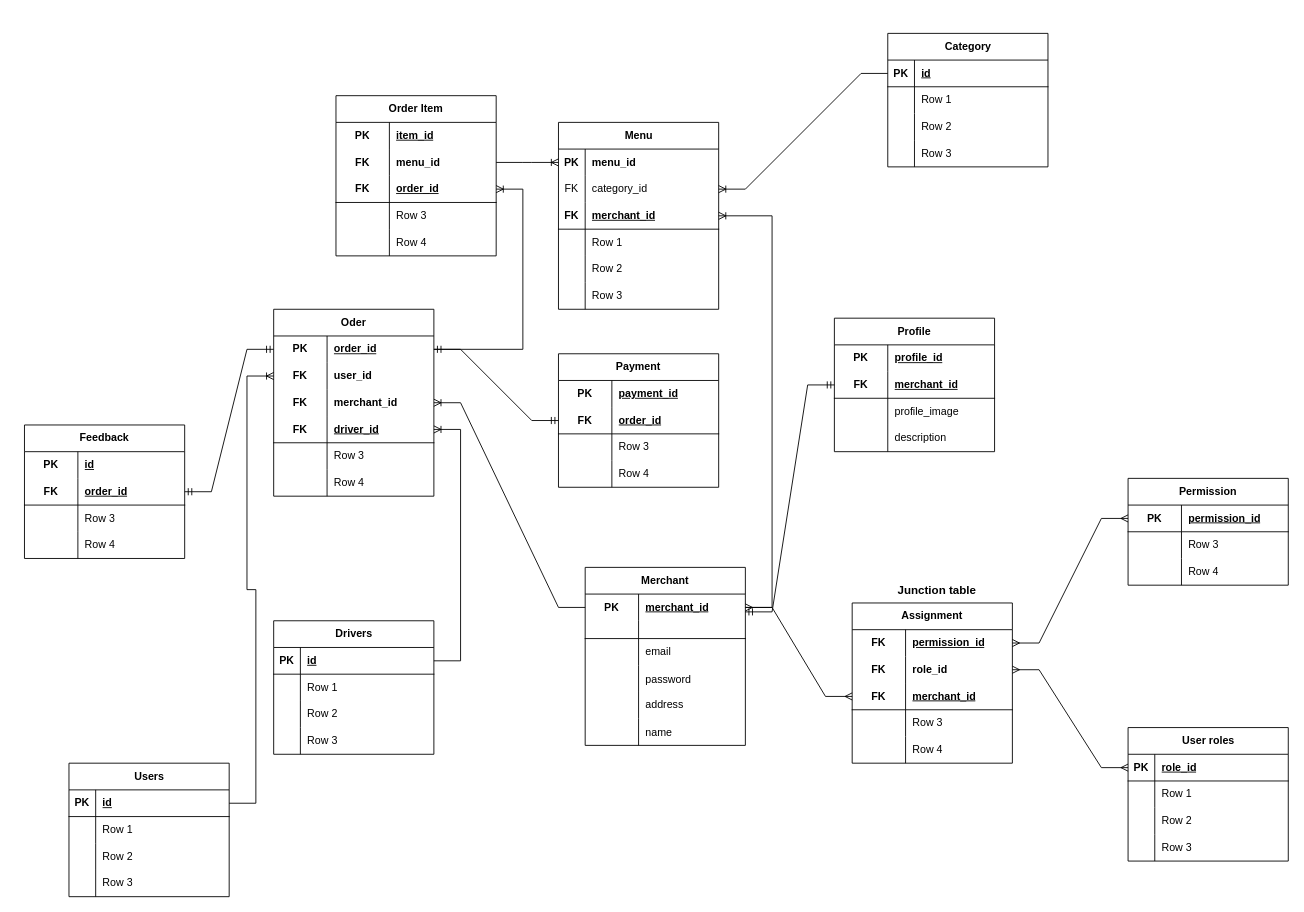
This is server/src/diagram/Untitled Diagram.drawio from Henri280100/My-Order-App, a draw.io file, before an edit. Source tidied: cells renumbered, new cells numbered last; positions are measured from the earlier drawing's top-left corner, leaving out a move shared by most shapes. Both pictures are drawn from the tidied source at 89%, with x=0, y=0 at pixel (24, -56).
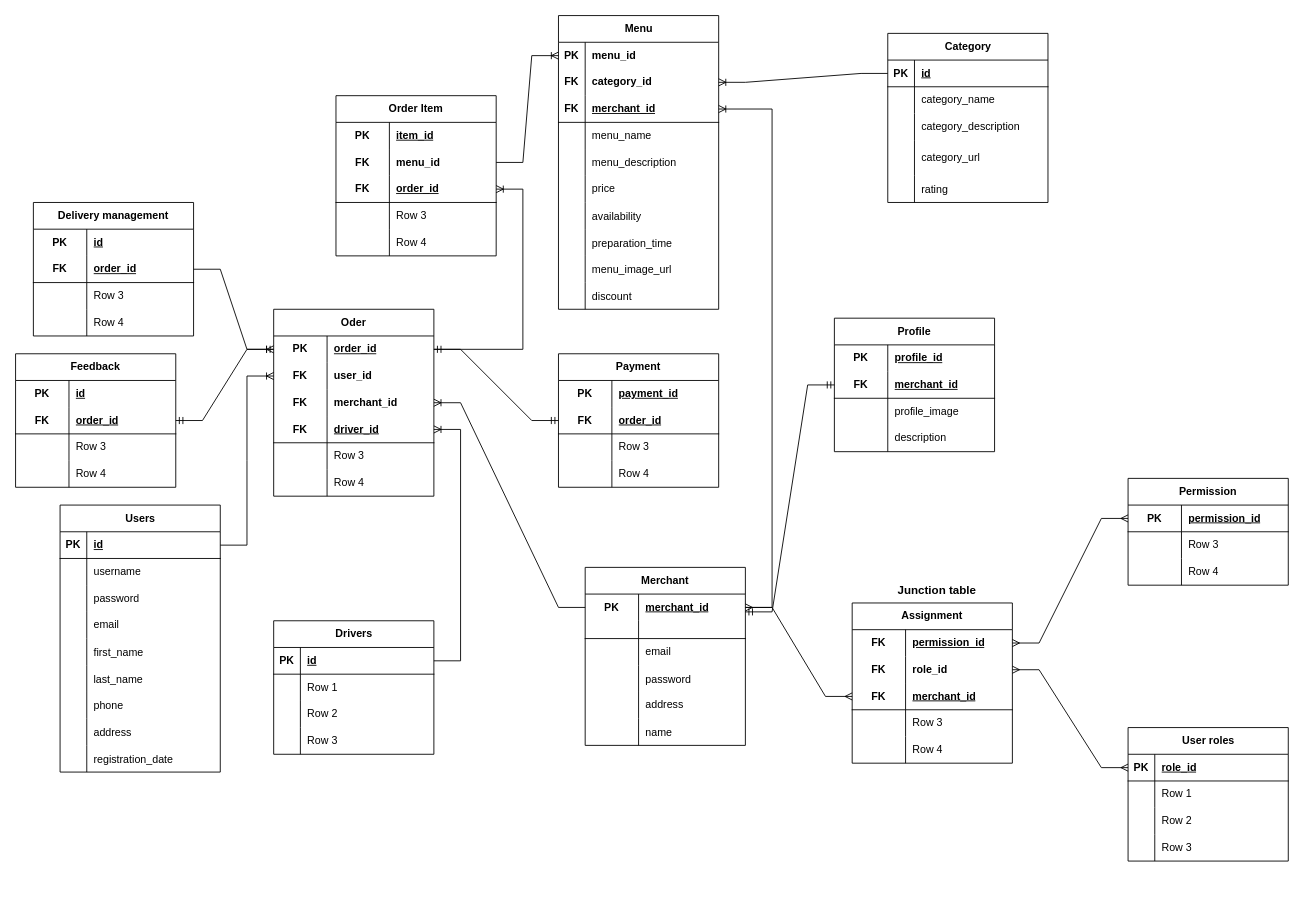
After the change.

Unchanged cells that the change refers to:
```xml
<mxCell id="25" style="shape=tableRow;horizontal=0;startSize=0;swimlaneHead=0;swimlaneBody=0;fillColor=none;points=[[0,0.5],[1,0.5]];portConstraint=eastwest;top=0;left=0;right=0;bottom=0;" parent="21" vertex="1">
  <mxGeometry y="60" width="180" height="30" as="geometry" />
</mxCell>
<mxCell id="31" style="shape=tableRow;horizontal=0;startSize=0;swimlaneHead=0;swimlaneBody=0;fillColor=none;top=0;left=0;right=0;bottom=0;" parent="21" vertex="1">
  <mxGeometry y="120" width="180" height="30" as="geometry" />
</mxCell>
<mxCell id="34" style="shape=tableRow;horizontal=0;startSize=0;swimlaneHead=0;swimlaneBody=0;fillColor=none;top=0;left=0;right=0;bottom=0;" parent="21" vertex="1">
  <mxGeometry y="150" width="180" height="30" as="geometry" />
</mxCell>
<mxCell id="37" style="shape=tableRow;horizontal=0;startSize=0;swimlaneHead=0;swimlaneBody=0;fillColor=none;top=0;left=0;right=0;bottom=0;" parent="21" vertex="1">
  <mxGeometry y="180" width="180" height="30" as="geometry" />
</mxCell>
<mxCell id="72" style="shape=tableRow;horizontal=0;startSize=0;swimlaneHead=0;swimlaneBody=0;fillColor=none;points=[[0,0.5],[1,0.5]];portConstraint=eastwest;top=0;left=0;right=0;bottom=0;html=1;" parent="71" vertex="1">
  <mxGeometry y="30" width="180" height="30" as="geometry" />
</mxCell>
<mxCell id="97" style="shape=tableRow;horizontal=0;startSize=0;swimlaneHead=0;swimlaneBody=0;fillColor=none;top=0;left=0;right=0;bottom=0;" parent="93" vertex="1">
  <mxGeometry y="60" width="180" height="30" as="geometry" />
</mxCell>
<mxCell id="100" style="shape=tableRow;horizontal=0;startSize=0;swimlaneHead=0;swimlaneBody=0;fillColor=none;top=0;left=0;right=0;bottom=0;" parent="93" vertex="1">
  <mxGeometry y="90" width="180" height="30" as="geometry" />
</mxCell>
<mxCell id="111" style="shape=tableRow;horizontal=0;startSize=0;swimlaneHead=0;swimlaneBody=0;fillColor=none;top=0;left=0;right=0;bottom=0;" parent="107" vertex="1">
  <mxGeometry y="60" width="180" height="30" as="geometry" />
</mxCell>
<mxCell id="114" style="shape=tableRow;horizontal=0;startSize=0;swimlaneHead=0;swimlaneBody=0;fillColor=none;top=0;left=0;right=0;bottom=0;" parent="107" vertex="1">
  <mxGeometry y="90" width="180" height="30" as="geometry" />
</mxCell>
<mxCell id="117" style="shape=tableRow;horizontal=0;startSize=0;swimlaneHead=0;swimlaneBody=0;fillColor=none;top=0;left=0;right=0;bottom=0;" parent="107" vertex="1">
  <mxGeometry y="120" width="180" height="30" as="geometry" />
</mxCell>
```

Change to the diagram source:
```diff
@@
     <mxCell id="21" value="Menu" style="shape=table;startSize=30;childLayout=tableLayout;rowLines=0;fontStyle=1;align=center;html=1;" parent="1" vertex="1">
-      <mxGeometry x="600" y="200" width="180" height="210" as="geometry" />
+      <mxGeometry x="600" y="80" width="180" height="330" as="geometry" />
     </mxCell>
@@
-    <mxCell id="26" value="FK" style="shape=partialRectangle;fillColor=none;top=0;left=0;bottom=0;right=0;fontStyle=0;overflow=hidden;whiteSpace=wrap;html=1;" parent="25" vertex="1">
+    <mxCell id="26" value="FK" style="shape=partialRectangle;fillColor=none;top=0;left=0;bottom=0;right=0;fontStyle=1;overflow=hidden;whiteSpace=wrap;html=1;" parent="25" vertex="1">
       <mxGeometry width="30" height="30" as="geometry" />
     </mxCell>
-    <mxCell id="27" value="category_id" style="shape=partialRectangle;fillColor=none;top=0;left=0;bottom=0;right=0;align=left;spacingLeft=6;fontStyle=0;overflow=hidden;whiteSpace=wrap;html=1;" parent="25" vertex="1">
+    <mxCell id="27" value="category_id" style="shape=partialRectangle;fillColor=none;top=0;left=0;bottom=0;right=0;align=left;spacingLeft=6;fontStyle=1;overflow=hidden;whiteSpace=wrap;html=1;" parent="25" vertex="1">
       <mxGeometry x="30" width="150" height="30" as="geometry" />
     </mxCell>
@@
-    <mxCell id="33" value="Row 1" style="shape=partialRectangle;fillColor=none;top=0;left=0;bottom=0;right=0;align=left;spacingLeft=6;overflow=hidden;whiteSpace=wrap;html=1;" parent="31" vertex="1">
+    <mxCell id="33" value="menu_name" style="shape=partialRectangle;fillColor=none;top=0;left=0;bottom=0;right=0;align=left;spacingLeft=6;overflow=hidden;whiteSpace=wrap;html=1;" parent="31" vertex="1">
       <mxGeometry x="30" width="150" height="30" as="geometry" />
     </mxCell>
@@
-    <mxCell id="36" value="Row 2" style="shape=partialRectangle;fillColor=none;top=0;left=0;bottom=0;right=0;align=left;spacingLeft=6;overflow=hidden;whiteSpace=wrap;html=1;" parent="34" vertex="1">
+    <mxCell id="36" value="menu_description" style="shape=partialRectangle;fillColor=none;top=0;left=0;bottom=0;right=0;align=left;spacingLeft=6;overflow=hidden;whiteSpace=wrap;html=1;" parent="34" vertex="1">
       <mxGeometry x="30" width="150" height="30" as="geometry" />
     </mxCell>
@@
-    <mxCell id="39" value="Row 3" style="shape=partialRectangle;fillColor=none;top=0;left=0;bottom=0;right=0;align=left;spacingLeft=6;overflow=hidden;whiteSpace=wrap;html=1;" parent="37" vertex="1">
+    <mxCell id="39" value="price" style="shape=partialRectangle;fillColor=none;top=0;left=0;bottom=0;right=0;align=left;spacingLeft=6;overflow=hidden;whiteSpace=wrap;html=1;" parent="37" vertex="1">
       <mxGeometry x="30" width="150" height="30" as="geometry" />
     </mxCell>
+    <mxCell id="206" style="shape=tableRow;horizontal=0;startSize=0;swimlaneHead=0;swimlaneBody=0;fillColor=none;top=0;left=0;right=0;bottom=0;" parent="21" vertex="1">
+      <mxGeometry y="210" width="180" height="30" as="geometry" />
+    </mxCell>
+    <mxCell id="207" style="shape=partialRectangle;fillColor=none;top=0;left=0;bottom=0;right=0;overflow=hidden;" parent="206" vertex="1">
+      <mxGeometry width="30" height="30" as="geometry" />
+    </mxCell>
+    <mxCell id="208" value="availability" style="shape=partialRectangle;fillColor=none;top=0;left=0;bottom=0;right=0;align=left;spacingLeft=6;overflow=hidden;" parent="206" vertex="1">
+      <mxGeometry x="30" width="150" height="30" as="geometry" />
+    </mxCell>
+    <mxCell id="209" style="shape=tableRow;horizontal=0;startSize=0;swimlaneHead=0;swimlaneBody=0;fillColor=none;top=0;left=0;right=0;bottom=0;" parent="21" vertex="1">
+      <mxGeometry y="240" width="180" height="30" as="geometry" />
+    </mxCell>
+    <mxCell id="210" style="shape=partialRectangle;fillColor=none;top=0;left=0;bottom=0;right=0;overflow=hidden;" parent="209" vertex="1">
+      <mxGeometry width="30" height="30" as="geometry" />
+    </mxCell>
+    <mxCell id="211" value="preparation_time" style="shape=partialRectangle;fillColor=none;top=0;left=0;bottom=0;right=0;align=left;spacingLeft=6;overflow=hidden;" parent="209" vertex="1">
+      <mxGeometry x="30" width="150" height="30" as="geometry" />
+    </mxCell>
+    <mxCell id="212" style="shape=tableRow;horizontal=0;startSize=0;swimlaneHead=0;swimlaneBody=0;fillColor=none;top=0;left=0;right=0;bottom=0;" parent="21" vertex="1">
+      <mxGeometry y="270" width="180" height="30" as="geometry" />
+    </mxCell>
+    <mxCell id="213" style="shape=partialRectangle;fillColor=none;top=0;left=0;bottom=0;right=0;overflow=hidden;" parent="212" vertex="1">
+      <mxGeometry width="30" height="30" as="geometry" />
+    </mxCell>
+    <mxCell id="214" value="menu_image_url" style="shape=partialRectangle;fillColor=none;top=0;left=0;bottom=0;right=0;align=left;spacingLeft=6;overflow=hidden;" parent="212" vertex="1">
+      <mxGeometry x="30" width="150" height="30" as="geometry" />
+    </mxCell>
+    <mxCell id="215" style="shape=tableRow;horizontal=0;startSize=0;swimlaneHead=0;swimlaneBody=0;fillColor=none;top=0;left=0;right=0;bottom=0;" parent="21" vertex="1">
+      <mxGeometry y="300" width="180" height="30" as="geometry" />
+    </mxCell>
+    <mxCell id="216" style="shape=partialRectangle;fillColor=none;top=0;left=0;bottom=0;right=0;overflow=hidden;" parent="215" vertex="1">
+      <mxGeometry width="30" height="30" as="geometry" />
+    </mxCell>
+    <mxCell id="217" value="discount" style="shape=partialRectangle;fillColor=none;top=0;left=0;bottom=0;right=0;align=left;spacingLeft=6;overflow=hidden;" parent="215" vertex="1">
+      <mxGeometry x="30" width="150" height="30" as="geometry" />
+    </mxCell>
@@
     <mxCell id="93" value="Category" style="shape=table;startSize=30;childLayout=tableLayout;rowLines=0;fontStyle=1;align=center;html=1;" parent="1" vertex="1">
-      <mxGeometry x="970" y="100" width="180" height="150" as="geometry" />
+      <mxGeometry x="970" y="100" width="180" height="190" as="geometry" />
     </mxCell>
@@
-    <mxCell id="99" value="Row 1" style="shape=partialRectangle;fillColor=none;top=0;left=0;bottom=0;right=0;align=left;spacingLeft=6;overflow=hidden;whiteSpace=wrap;html=1;" parent="97" vertex="1">
+    <mxCell id="99" value="category_name" style="shape=partialRectangle;fillColor=none;top=0;left=0;bottom=0;right=0;align=left;spacingLeft=6;overflow=hidden;whiteSpace=wrap;html=1;" parent="97" vertex="1">
       <mxGeometry x="30" width="150" height="30" as="geometry" />
     </mxCell>
@@
-    <mxCell id="102" value="Row 2" style="shape=partialRectangle;fillColor=none;top=0;left=0;bottom=0;right=0;align=left;spacingLeft=6;overflow=hidden;whiteSpace=wrap;html=1;" parent="100" vertex="1">
+    <mxCell id="102" value="category_description" style="shape=partialRectangle;fillColor=none;top=0;left=0;bottom=0;right=0;align=left;spacingLeft=6;overflow=hidden;whiteSpace=wrap;html=1;" parent="100" vertex="1">
       <mxGeometry x="30" width="150" height="30" as="geometry" />
     </mxCell>
     <mxCell id="103" style="shape=tableRow;horizontal=0;startSize=0;swimlaneHead=0;swimlaneBody=0;fillColor=none;top=0;left=0;right=0;bottom=0;" parent="93" vertex="1">
-      <mxGeometry y="120" width="180" height="30" as="geometry" />
+      <mxGeometry y="120" width="180" height="40" as="geometry" />
     </mxCell>
     <mxCell id="104" style="shape=partialRectangle;fillColor=none;top=0;left=0;bottom=0;right=0;overflow=hidden;whiteSpace=wrap;html=1;" parent="103" vertex="1">
-      <mxGeometry width="30" height="30" as="geometry" />
+      <mxGeometry width="30" height="40" as="geometry" />
     </mxCell>
-    <mxCell id="105" value="Row 3" style="shape=partialRectangle;fillColor=none;top=0;left=0;bottom=0;right=0;align=left;spacingLeft=6;overflow=hidden;whiteSpace=wrap;html=1;" parent="103" vertex="1">
-      <mxGeometry x="30" width="150" height="30" as="geometry" />
+    <mxCell id="105" value="category_url" style="shape=partialRectangle;fillColor=none;top=0;left=0;bottom=0;right=0;align=left;spacingLeft=6;overflow=hidden;whiteSpace=wrap;html=1;" parent="103" vertex="1">
+      <mxGeometry x="30" width="150" height="40" as="geometry" />
     </mxCell>
+    <mxCell id="218" style="shape=tableRow;horizontal=0;startSize=0;swimlaneHead=0;swimlaneBody=0;fillColor=none;top=0;left=0;right=0;bottom=0;" parent="93" vertex="1">
+      <mxGeometry y="160" width="180" height="30" as="geometry" />
+    </mxCell>
+    <mxCell id="219" style="shape=partialRectangle;fillColor=none;top=0;left=0;bottom=0;right=0;overflow=hidden;" parent="218" vertex="1">
+      <mxGeometry width="30" height="30" as="geometry" />
+    </mxCell>
+    <mxCell id="220" value="rating" style="shape=partialRectangle;fillColor=none;top=0;left=0;bottom=0;right=0;align=left;spacingLeft=6;overflow=hidden;" parent="218" vertex="1">
+      <mxGeometry x="30" width="150" height="30" as="geometry" />
+    </mxCell>
@@
     <mxCell id="107" value="Users" style="shape=table;startSize=30;childLayout=tableLayout;rowLines=0;fontStyle=1;align=center;html=1;" parent="1" vertex="1">
-      <mxGeometry x="50" y="920" width="180" height="150" as="geometry" />
+      <mxGeometry x="40" y="630" width="180" height="300" as="geometry" />
     </mxCell>
@@
-    <mxCell id="113" value="Row 1" style="shape=partialRectangle;fillColor=none;top=0;left=0;bottom=0;right=0;align=left;spacingLeft=6;overflow=hidden;whiteSpace=wrap;html=1;" parent="111" vertex="1">
+    <mxCell id="113" value="username" style="shape=partialRectangle;fillColor=none;top=0;left=0;bottom=0;right=0;align=left;spacingLeft=6;overflow=hidden;whiteSpace=wrap;html=1;" parent="111" vertex="1">
       <mxGeometry x="30" width="150" height="30" as="geometry" />
     </mxCell>
@@
-    <mxCell id="116" value="Row 2" style="shape=partialRectangle;fillColor=none;top=0;left=0;bottom=0;right=0;align=left;spacingLeft=6;overflow=hidden;whiteSpace=wrap;html=1;" parent="114" vertex="1">
+    <mxCell id="116" value="password" style="shape=partialRectangle;fillColor=none;top=0;left=0;bottom=0;right=0;align=left;spacingLeft=6;overflow=hidden;whiteSpace=wrap;html=1;" parent="114" vertex="1">
       <mxGeometry x="30" width="150" height="30" as="geometry" />
     </mxCell>
@@
-    <mxCell id="119" value="Row 3" style="shape=partialRectangle;fillColor=none;top=0;left=0;bottom=0;right=0;align=left;spacingLeft=6;overflow=hidden;whiteSpace=wrap;html=1;" parent="117" vertex="1">
+    <mxCell id="119" value="email" style="shape=partialRectangle;fillColor=none;top=0;left=0;bottom=0;right=0;align=left;spacingLeft=6;overflow=hidden;whiteSpace=wrap;html=1;" parent="117" vertex="1">
       <mxGeometry x="30" width="150" height="30" as="geometry" />
     </mxCell>
+    <mxCell id="221" style="shape=tableRow;horizontal=0;startSize=0;swimlaneHead=0;swimlaneBody=0;fillColor=none;top=0;left=0;right=0;bottom=0;" parent="107" vertex="1">
+      <mxGeometry y="150" width="180" height="30" as="geometry" />
+    </mxCell>
+    <mxCell id="222" style="shape=partialRectangle;fillColor=none;top=0;left=0;bottom=0;right=0;overflow=hidden;" parent="221" vertex="1">
+      <mxGeometry width="30" height="30" as="geometry" />
+    </mxCell>
+    <mxCell id="223" value="first_name    " style="shape=partialRectangle;fillColor=none;top=0;left=0;bottom=0;right=0;align=left;spacingLeft=6;overflow=hidden;" parent="221" vertex="1">
+      <mxGeometry x="30" width="150" height="30" as="geometry" />
+    </mxCell>
+    <mxCell id="224" style="shape=tableRow;horizontal=0;startSize=0;swimlaneHead=0;swimlaneBody=0;fillColor=none;top=0;left=0;right=0;bottom=0;" parent="107" vertex="1">
+      <mxGeometry y="180" width="180" height="30" as="geometry" />
+    </mxCell>
+    <mxCell id="225" style="shape=partialRectangle;fillColor=none;top=0;left=0;bottom=0;right=0;overflow=hidden;" parent="224" vertex="1">
+      <mxGeometry width="30" height="30" as="geometry" />
+    </mxCell>
+    <mxCell id="226" value="last_name" style="shape=partialRectangle;fillColor=none;top=0;left=0;bottom=0;right=0;align=left;spacingLeft=6;overflow=hidden;" parent="224" vertex="1">
+      <mxGeometry x="30" width="150" height="30" as="geometry" />
+    </mxCell>
+    <mxCell id="227" style="shape=tableRow;horizontal=0;startSize=0;swimlaneHead=0;swimlaneBody=0;fillColor=none;top=0;left=0;right=0;bottom=0;" parent="107" vertex="1">
+      <mxGeometry y="210" width="180" height="30" as="geometry" />
+    </mxCell>
+    <mxCell id="228" style="shape=partialRectangle;fillColor=none;top=0;left=0;bottom=0;right=0;overflow=hidden;" parent="227" vertex="1">
+      <mxGeometry width="30" height="30" as="geometry" />
+    </mxCell>
+    <mxCell id="229" value="phone" style="shape=partialRectangle;fillColor=none;top=0;left=0;bottom=0;right=0;align=left;spacingLeft=6;overflow=hidden;" parent="227" vertex="1">
+      <mxGeometry x="30" width="150" height="30" as="geometry" />
+    </mxCell>
+    <mxCell id="230" style="shape=tableRow;horizontal=0;startSize=0;swimlaneHead=0;swimlaneBody=0;fillColor=none;top=0;left=0;right=0;bottom=0;" parent="107" vertex="1">
+      <mxGeometry y="240" width="180" height="30" as="geometry" />
+    </mxCell>
+    <mxCell id="231" style="shape=partialRectangle;fillColor=none;top=0;left=0;bottom=0;right=0;overflow=hidden;" parent="230" vertex="1">
+      <mxGeometry width="30" height="30" as="geometry" />
+    </mxCell>
+    <mxCell id="232" value="address" style="shape=partialRectangle;fillColor=none;top=0;left=0;bottom=0;right=0;align=left;spacingLeft=6;overflow=hidden;" parent="230" vertex="1">
+      <mxGeometry x="30" width="150" height="30" as="geometry" />
+    </mxCell>
+    <mxCell id="233" style="shape=tableRow;horizontal=0;startSize=0;swimlaneHead=0;swimlaneBody=0;fillColor=none;top=0;left=0;right=0;bottom=0;" parent="107" vertex="1">
+      <mxGeometry y="270" width="180" height="30" as="geometry" />
+    </mxCell>
+    <mxCell id="234" style="shape=partialRectangle;fillColor=none;top=0;left=0;bottom=0;right=0;overflow=hidden;" parent="233" vertex="1">
+      <mxGeometry width="30" height="30" as="geometry" />
+    </mxCell>
+    <mxCell id="235" value="registration_date" style="shape=partialRectangle;fillColor=none;top=0;left=0;bottom=0;right=0;align=left;spacingLeft=6;overflow=hidden;" parent="233" vertex="1">
+      <mxGeometry x="30" width="150" height="30" as="geometry" />
+    </mxCell>
@@
     <mxCell id="135" value="Feedback" style="shape=table;startSize=30;childLayout=tableLayout;rowLines=0;fontStyle=1;align=center;html=1;whiteSpace=wrap;" parent="1" vertex="1">
-      <mxGeometry y="540" width="180" height="150" as="geometry" />
+      <mxGeometry x="-10" y="460" width="180" height="150" as="geometry" />
     </mxCell>
@@
+    <mxCell id="236" value="Delivery management " style="shape=table;startSize=30;childLayout=tableLayout;rowLines=0;fontStyle=1;align=center;html=1;whiteSpace=wrap;" parent="1" vertex="1">
+      <mxGeometry x="10" y="290" width="180" height="150" as="geometry" />
+    </mxCell>
+    <mxCell id="237" style="shape=tableRow;horizontal=0;startSize=0;swimlaneHead=0;swimlaneBody=0;fillColor=none;top=0;left=0;right=0;bottom=0;html=1;" parent="236" vertex="1">
+      <mxGeometry y="30" width="180" height="30" as="geometry" />
+    </mxCell>
+    <mxCell id="238" value="PK" style="shape=partialRectangle;fillColor=none;top=0;left=0;bottom=0;right=0;fontStyle=1;overflow=hidden;html=1;whiteSpace=wrap;" parent="237" vertex="1">
+      <mxGeometry width="60" height="30" as="geometry" />
+    </mxCell>
+    <mxCell id="239" value="id" style="shape=partialRectangle;fillColor=none;top=0;left=0;bottom=0;right=0;align=left;spacingLeft=6;fontStyle=5;overflow=hidden;html=1;whiteSpace=wrap;" parent="237" vertex="1">
+      <mxGeometry x="60" width="120" height="30" as="geometry" />
+    </mxCell>
+    <mxCell id="240" style="shape=tableRow;horizontal=0;startSize=0;swimlaneHead=0;swimlaneBody=0;fillColor=none;points=[[0,0.5],[1,0.5]];portConstraint=eastwest;top=0;left=0;right=0;bottom=1;html=1;" parent="236" vertex="1">
+      <mxGeometry y="60" width="180" height="30" as="geometry" />
+    </mxCell>
+    <mxCell id="241" value="FK" style="shape=partialRectangle;fillColor=none;top=0;left=0;bottom=0;right=0;fontStyle=1;overflow=hidden;html=1;whiteSpace=wrap;" parent="240" vertex="1">
+      <mxGeometry width="60" height="30" as="geometry" />
+    </mxCell>
+    <mxCell id="242" value="order_id" style="shape=partialRectangle;fillColor=none;top=0;left=0;bottom=0;right=0;align=left;spacingLeft=6;fontStyle=5;overflow=hidden;html=1;whiteSpace=wrap;" parent="240" vertex="1">
+      <mxGeometry x="60" width="120" height="30" as="geometry" />
+    </mxCell>
+    <mxCell id="243" style="shape=tableRow;horizontal=0;startSize=0;swimlaneHead=0;swimlaneBody=0;fillColor=none;top=0;left=0;right=0;bottom=0;html=1;" parent="236" vertex="1">
+      <mxGeometry y="90" width="180" height="30" as="geometry" />
+    </mxCell>
+    <mxCell id="244" style="shape=partialRectangle;fillColor=none;top=0;left=0;bottom=0;right=0;overflow=hidden;html=1;whiteSpace=wrap;" parent="243" vertex="1">
+      <mxGeometry width="60" height="30" as="geometry" />
+    </mxCell>
+    <mxCell id="245" value="Row 3" style="shape=partialRectangle;fillColor=none;top=0;left=0;bottom=0;right=0;align=left;spacingLeft=6;overflow=hidden;html=1;whiteSpace=wrap;" parent="243" vertex="1">
+      <mxGeometry x="60" width="120" height="30" as="geometry" />
+    </mxCell>
+    <mxCell id="246" style="shape=tableRow;horizontal=0;startSize=0;swimlaneHead=0;swimlaneBody=0;fillColor=none;top=0;left=0;right=0;bottom=0;html=1;" parent="236" vertex="1">
+      <mxGeometry y="120" width="180" height="30" as="geometry" />
+    </mxCell>
+    <mxCell id="247" style="shape=partialRectangle;fillColor=none;top=0;left=0;bottom=0;right=0;overflow=hidden;html=1;whiteSpace=wrap;" parent="246" vertex="1">
+      <mxGeometry width="60" height="30" as="geometry" />
+    </mxCell>
+    <mxCell id="248" value="Row 4" style="shape=partialRectangle;fillColor=none;top=0;left=0;bottom=0;right=0;align=left;spacingLeft=6;overflow=hidden;html=1;whiteSpace=wrap;" parent="246" vertex="1">
+      <mxGeometry x="60" width="120" height="30" as="geometry" />
+    </mxCell>
+    <mxCell id="249" style="edgeStyle=entityRelationEdgeStyle;fontSize=12;html=1;endArrow=ERoneToMany;rounded=0;exitX=1;exitY=0.5;exitDx=0;exitDy=0;" parent="1" edge="1" source="240" target="72">
+      <mxGeometry relative="1" as="geometry" />
+    </mxCell>
```
